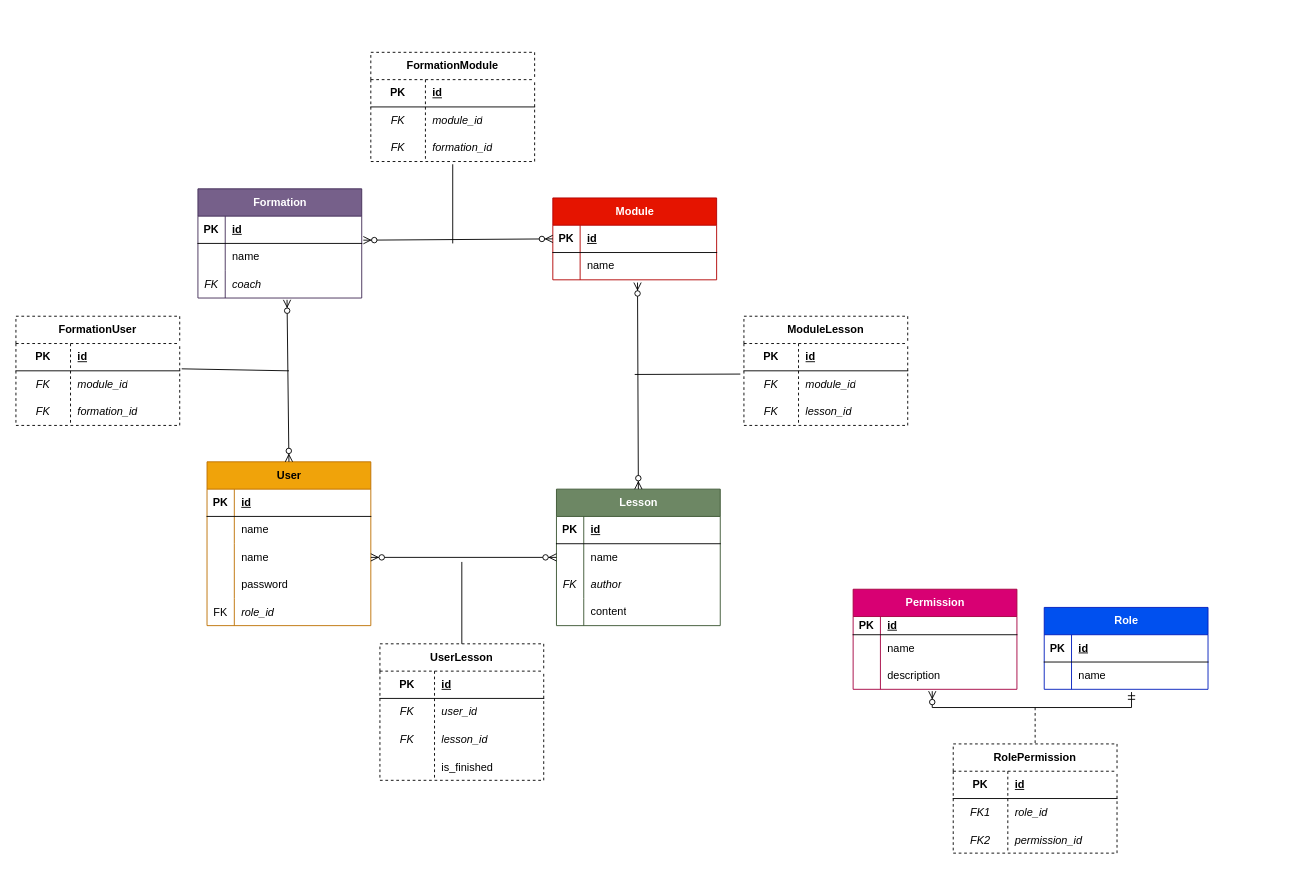
Before: docs/mcd/MCD pire2pire.drawio in vincent-clipet/pire2pire_api, a draw.io diagram. Source tidied: cells renumbered, new cells numbered last; positions are measured from the earlier drawing's top-left corner, leaving out a move shared by most shapes. Both pictures are drawn from the tidied source at 91%, with x=0, y=0 at pixel (15, 52).
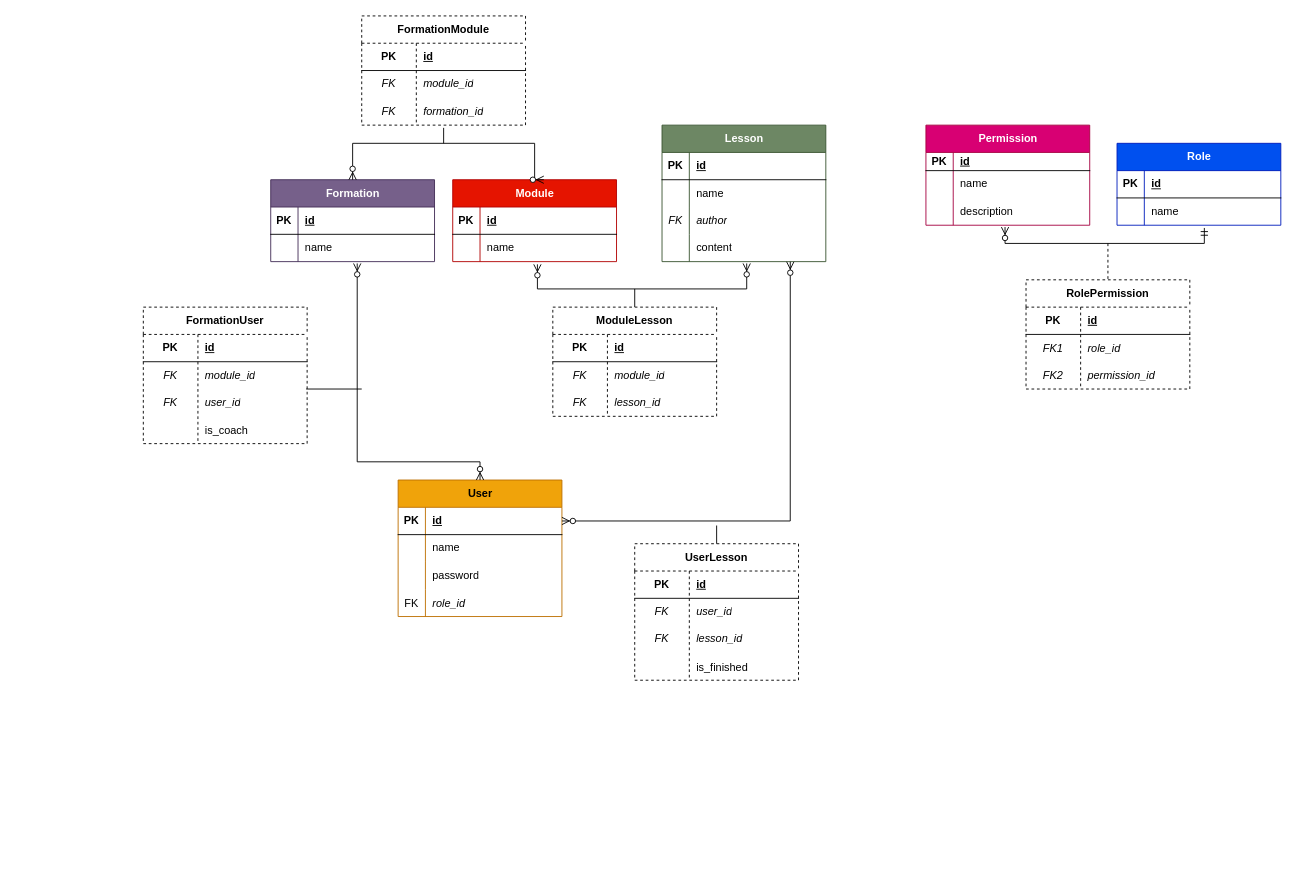
The same diagram, later.

The change refers to these unchanged cells:
```xml
<mxCell id="3" style="shape=tableRow;horizontal=0;startSize=0;swimlaneHead=0;swimlaneBody=0;fillColor=none;points=[[0,0.5],[1,0.5]];portConstraint=eastwest;top=0;left=0;right=0;bottom=1;labelBackgroundColor=none;" parent="2" vertex="1">
  <mxGeometry y="30" width="180" height="30" as="geometry" />
</mxCell>
<mxCell id="6" style="shape=tableRow;horizontal=0;startSize=0;swimlaneHead=0;swimlaneBody=0;fillColor=none;points=[[0,0.5],[1,0.5]];portConstraint=eastwest;top=0;left=0;right=0;bottom=0;labelBackgroundColor=none;" parent="2" vertex="1">
  <mxGeometry y="60" width="180" height="30" as="geometry" />
</mxCell>
<mxCell id="17" style="shape=tableRow;horizontal=0;startSize=0;swimlaneHead=0;swimlaneBody=0;fillColor=none;points=[[0,0.5],[1,0.5]];portConstraint=eastwest;top=0;left=0;right=0;bottom=1;labelBackgroundColor=none;" parent="16" vertex="1">
  <mxGeometry y="30" width="180" height="30" as="geometry" />
</mxCell>
<mxCell id="20" style="shape=tableRow;horizontal=0;startSize=0;swimlaneHead=0;swimlaneBody=0;fillColor=none;points=[[0,0.5],[1,0.5]];portConstraint=eastwest;top=0;left=0;right=0;bottom=0;labelBackgroundColor=none;" parent="16" vertex="1">
  <mxGeometry y="60" width="180" height="30" as="geometry" />
</mxCell>
<mxCell id="27" style="shape=tableRow;horizontal=0;startSize=0;swimlaneHead=0;swimlaneBody=0;fillColor=none;points=[[0,0.5],[1,0.5]];portConstraint=eastwest;top=0;left=0;right=0;bottom=0;labelBackgroundColor=none;" parent="23" vertex="1">
  <mxGeometry y="60" width="180" height="30" as="geometry" />
</mxCell>
<mxCell id="33" style="shape=tableRow;horizontal=0;startSize=0;swimlaneHead=0;swimlaneBody=0;fillColor=none;points=[[0,0.5],[1,0.5]];portConstraint=eastwest;top=0;left=0;right=0;bottom=0;labelBackgroundColor=none;" parent="23" vertex="1">
  <mxGeometry y="120" width="180" height="30" as="geometry" />
</mxCell>
<mxCell id="37" style="shape=tableRow;horizontal=0;startSize=0;swimlaneHead=0;swimlaneBody=0;fillColor=none;points=[[0,0.5],[1,0.5]];portConstraint=eastwest;top=0;left=0;right=0;bottom=1;labelBackgroundColor=none;" parent="36" vertex="1">
  <mxGeometry y="30" width="180" height="30" as="geometry" />
</mxCell>
<mxCell id="59" style="shape=tableRow;horizontal=0;startSize=0;swimlaneHead=0;swimlaneBody=0;fillColor=none;points=[[0,0.5],[1,0.5]];portConstraint=eastwest;top=0;left=0;right=0;bottom=0;html=1;" parent="52" vertex="1">
  <mxGeometry y="90" width="180" height="30" as="geometry" />
</mxCell>
<mxCell id="70" style="shape=tableRow;horizontal=0;startSize=0;swimlaneHead=0;swimlaneBody=0;fillColor=none;points=[[0,0.5],[1,0.5]];portConstraint=eastwest;top=0;left=0;right=0;bottom=0;html=1;" parent="66" vertex="1">
  <mxGeometry y="60" width="180" height="30" as="geometry" />
</mxCell>
<mxCell id="80" style="shape=tableRow;horizontal=0;startSize=0;swimlaneHead=0;swimlaneBody=0;fillColor=none;points=[[0,0.5],[1,0.5]];portConstraint=eastwest;top=0;left=0;right=0;bottom=0;html=1;" parent="76" vertex="1">
  <mxGeometry y="60" width="180" height="30" as="geometry" />
</mxCell>
<mxCell id="83" style="shape=tableRow;horizontal=0;startSize=0;swimlaneHead=0;swimlaneBody=0;fillColor=none;points=[[0,0.5],[1,0.5]];portConstraint=eastwest;top=0;left=0;right=0;bottom=0;html=1;" parent="76" vertex="1">
  <mxGeometry y="90" width="180" height="30" as="geometry" />
</mxCell>
<mxCell id="106" style="shape=tableRow;horizontal=0;startSize=0;swimlaneHead=0;swimlaneBody=0;fillColor=none;points=[[0,0.5],[1,0.5]];portConstraint=eastwest;top=0;left=0;right=0;bottom=0;labelBackgroundColor=none;" parent="102" vertex="1">
  <mxGeometry y="60" width="180" height="30" as="geometry" />
</mxCell>
<mxCell id="116" style="shape=tableRow;horizontal=0;startSize=0;swimlaneHead=0;swimlaneBody=0;fillColor=none;points=[[0,0.5],[1,0.5]];portConstraint=eastwest;top=0;left=0;right=0;bottom=0;labelBackgroundColor=none;" parent="109" vertex="1">
  <mxGeometry y="80" width="180" height="30" as="geometry" />
</mxCell>
```

Change to the diagram source:
```diff
@@
     <mxCell id="2" value="Formation" style="shape=table;startSize=30;childLayout=tableLayout;rowLines=0;fontStyle=1;align=center;html=1;labelBackgroundColor=none;fillColor=#76608a;strokeColor=#432D57;fontColor=#ffffff;" parent="1" vertex="1">
-      <mxGeometry x="200" y="150" width="180" height="120" as="geometry" />
+      <mxGeometry x="280" y="140" width="180" height="90" as="geometry" />
     </mxCell>
@@
-    <mxCell id="9" style="shape=tableRow;horizontal=0;startSize=0;swimlaneHead=0;swimlaneBody=0;fillColor=none;points=[[0,0.5],[1,0.5]];portConstraint=eastwest;top=0;left=0;right=0;bottom=0;labelBackgroundColor=none;" parent="2" vertex="1">
-      <mxGeometry y="90" width="180" height="30" as="geometry" />
-    </mxCell>
-    <mxCell id="10" value="&lt;i&gt;FK&lt;/i&gt;" style="shape=partialRectangle;fillColor=none;top=0;left=0;bottom=0;right=0;overflow=hidden;whiteSpace=wrap;html=1;labelBackgroundColor=none;" parent="9" vertex="1">
-      <mxGeometry width="30" height="30" as="geometry" />
-    </mxCell>
-    <mxCell id="11" value="&lt;i&gt;coach&lt;/i&gt;" style="shape=partialRectangle;fillColor=none;top=0;left=0;bottom=0;right=0;align=left;spacingLeft=6;overflow=hidden;whiteSpace=wrap;html=1;labelBackgroundColor=none;" parent="9" vertex="1">
-      <mxGeometry x="30" width="150" height="30" as="geometry" />
-    </mxCell>
@@
     <mxCell id="16" value="Module" style="shape=table;startSize=30;childLayout=tableLayout;rowLines=0;fontStyle=1;align=center;html=1;labelBackgroundColor=none;fillColor=#e51400;strokeColor=#B20000;fontColor=#ffffff;" parent="1" vertex="1">
-      <mxGeometry x="590" y="160" width="180" height="90" as="geometry" />
+      <mxGeometry x="480" y="140" width="180" height="90" as="geometry" />
     </mxCell>
@@
     <mxCell id="23" value="Lesson" style="shape=table;startSize=30;childLayout=tableLayout;rowLines=0;fontStyle=1;align=center;html=1;labelBackgroundColor=none;fillColor=#6d8764;strokeColor=#3A5431;fontColor=#ffffff;" parent="1" vertex="1">
-      <mxGeometry x="594" y="480" width="180" height="150" as="geometry" />
+      <mxGeometry x="710" y="80" width="180" height="150" as="geometry" />
     </mxCell>
@@
     <mxCell id="36" value="User" style="shape=table;startSize=30;childLayout=tableLayout;rowLines=0;fontStyle=1;align=center;html=1;labelBackgroundColor=none;fillColor=#f0a30a;fontColor=#000000;strokeColor=#BD7000;" parent="1" vertex="1">
-      <mxGeometry x="210" y="450" width="180" height="180" as="geometry" />
+      <mxGeometry x="420" y="470" width="180" height="150" as="geometry" />
     </mxCell>
@@
-    <mxCell id="40" style="shape=tableRow;horizontal=0;startSize=0;swimlaneHead=0;swimlaneBody=0;fillColor=none;top=0;left=0;right=0;bottom=0;labelBackgroundColor=none;" parent="36" vertex="1">
-      <mxGeometry y="60" width="180" height="30" as="geometry" />
-    </mxCell>
-    <mxCell id="41" style="shape=partialRectangle;fillColor=none;top=0;left=0;bottom=0;right=0;overflow=hidden;whiteSpace=wrap;html=1;labelBackgroundColor=none;" parent="40" vertex="1">
-      <mxGeometry width="30" height="30" as="geometry" />
-    </mxCell>
-    <mxCell id="42" value="name" style="shape=partialRectangle;fillColor=none;top=0;left=0;bottom=0;right=0;align=left;spacingLeft=6;overflow=hidden;whiteSpace=wrap;html=1;labelBackgroundColor=none;" parent="40" vertex="1">
-      <mxGeometry x="30" width="150" height="30" as="geometry" />
-    </mxCell>
     <mxCell id="43" style="shape=tableRow;horizontal=0;startSize=0;swimlaneHead=0;swimlaneBody=0;fillColor=none;points=[[0,0.5],[1,0.5]];portConstraint=eastwest;top=0;left=0;right=0;bottom=0;labelBackgroundColor=none;" parent="36" vertex="1">
-      <mxGeometry y="90" width="180" height="30" as="geometry" />
+      <mxGeometry y="60" width="180" height="30" as="geometry" />
     </mxCell>
@@
     <mxCell id="46" style="shape=tableRow;horizontal=0;startSize=0;swimlaneHead=0;swimlaneBody=0;fillColor=none;top=0;left=0;right=0;bottom=0;labelBackgroundColor=none;" parent="36" vertex="1">
-      <mxGeometry y="120" width="180" height="30" as="geometry" />
+      <mxGeometry y="90" width="180" height="30" as="geometry" />
     </mxCell>
@@
     <mxCell id="49" style="shape=tableRow;horizontal=0;startSize=0;swimlaneHead=0;swimlaneBody=0;fillColor=none;top=0;left=0;right=0;bottom=0;labelBackgroundColor=none;" parent="36" vertex="1">
-      <mxGeometry y="150" width="180" height="30" as="geometry" />
+      <mxGeometry y="120" width="180" height="30" as="geometry" />
     </mxCell>
@@
     <mxCell id="52" value="FormationModule" style="shape=table;startSize=30;childLayout=tableLayout;rowLines=0;fontStyle=1;align=center;html=1;whiteSpace=wrap;dashed=1;" parent="1" vertex="1">
-      <mxGeometry x="390" width="180" height="120" as="geometry" />
+      <mxGeometry x="380" y="-40" width="180" height="120" as="geometry" />
     </mxCell>
@@
     <mxCell id="62" style="endArrow=none;html=1;rounded=0;exitX=0.5;exitY=1.1;exitDx=0;exitDy=0;exitPerimeter=0;" parent="1" edge="1" source="59">
       <mxGeometry relative="1" as="geometry">
-        <mxPoint x="480" y="210" as="targetPoint" />
+        <mxPoint x="470" y="100" as="targetPoint" />
       </mxGeometry>
     </mxCell>
-    <mxCell id="63" style="fontSize=12;html=1;endArrow=ERzeroToMany;endFill=1;startArrow=ERzeroToMany;rounded=0;entryX=0;entryY=0.5;entryDx=0;entryDy=0;exitX=1.01;exitY=0.881;exitDx=0;exitDy=0;exitPerimeter=0;" parent="1" edge="1" source="3" target="17">
-      <mxGeometry relative="1" as="geometry" />
+    <mxCell id="63" style="edgeStyle=orthogonalEdgeStyle;fontSize=12;html=1;endArrow=ERzeroToMany;endFill=1;startArrow=ERzeroToMany;rounded=0;entryX=0.556;entryY=0;entryDx=0;entryDy=0;entryPerimeter=0;exitX=0.5;exitY=0;exitDx=0;exitDy=0;" parent="1" edge="1" source="2" target="16">
+      <mxGeometry relative="1" as="geometry">
+        <Array as="points">
+          <mxPoint x="370" y="100" />
+          <mxPoint x="570" y="100" />
+          <mxPoint x="570" y="140" />
+        </Array>
+      </mxGeometry>
     </mxCell>
-    <mxCell id="64" style="fontSize=12;html=1;endArrow=ERzeroToMany;endFill=1;startArrow=ERzeroToMany;rounded=0;entryX=0.5;entryY=0;entryDx=0;entryDy=0;exitX=0.517;exitY=1.1;exitDx=0;exitDy=0;exitPerimeter=0;" parent="1" edge="1" source="20" target="23">
-      <mxGeometry relative="1" as="geometry" />
+    <mxCell id="64" style="edgeStyle=elbowEdgeStyle;fontSize=12;html=1;endArrow=ERzeroToMany;endFill=1;startArrow=ERzeroToMany;rounded=0;entryX=0.517;entryY=1.067;entryDx=0;entryDy=0;entryPerimeter=0;exitX=0.517;exitY=1.1;exitDx=0;exitDy=0;exitPerimeter=0;" parent="1" edge="1" source="20" target="33">
+      <mxGeometry relative="1" as="geometry">
+        <Array as="points">
+          <mxPoint x="690" y="260" />
+        </Array>
+      </mxGeometry>
     </mxCell>
-    <mxCell id="65" style="endArrow=none;html=1;rounded=0;entryX=-0.022;entryY=0.119;entryDx=0;entryDy=0;entryPerimeter=0;" parent="1" edge="1" target="70">
+    <mxCell id="65" style="endArrow=none;html=1;rounded=0;entryX=0.5;entryY=0;entryDx=0;entryDy=0;" parent="1" edge="1" target="66">
       <mxGeometry relative="1" as="geometry">
-        <mxPoint x="680" y="354" as="sourcePoint" />
+        <mxPoint x="680" y="260" as="sourcePoint" />
       </mxGeometry>
     </mxCell>
     <mxCell id="66" value="ModuleLesson" style="shape=table;startSize=30;childLayout=tableLayout;rowLines=0;fontStyle=1;align=center;html=1;whiteSpace=wrap;dashed=1;" parent="1" vertex="1">
-      <mxGeometry x="800" y="290" width="180" height="120" as="geometry" />
+      <mxGeometry x="590" y="280" width="180" height="120" as="geometry" />
     </mxCell>
@@
     <mxCell id="76" value="FormationUser" style="shape=table;startSize=30;childLayout=tableLayout;rowLines=0;fontStyle=1;align=center;html=1;whiteSpace=wrap;dashed=1;" parent="1" vertex="1">
-      <mxGeometry y="290" width="180" height="120" as="geometry" />
+      <mxGeometry x="140" y="280" width="180" height="150" as="geometry" />
     </mxCell>
@@
-    <mxCell id="85" value="&lt;i&gt;formation_id&lt;/i&gt;" style="shape=partialRectangle;fillColor=none;top=0;left=0;bottom=0;right=0;align=left;spacingLeft=6;overflow=hidden;html=1;whiteSpace=wrap;" parent="83" vertex="1">
+    <mxCell id="85" value="&lt;i&gt;user_id&lt;/i&gt;" style="shape=partialRectangle;fillColor=none;top=0;left=0;bottom=0;right=0;align=left;spacingLeft=6;overflow=hidden;html=1;whiteSpace=wrap;" parent="83" vertex="1">
       <mxGeometry x="60" width="120" height="30" as="geometry" />
     </mxCell>
+    <mxCell id="132" style="shape=tableRow;horizontal=0;startSize=0;swimlaneHead=0;swimlaneBody=0;fillColor=none;top=0;left=0;right=0;bottom=0;" parent="76" vertex="1">
+      <mxGeometry y="120" width="180" height="30" as="geometry" />
+    </mxCell>
+    <mxCell id="133" style="shape=partialRectangle;fillColor=none;top=0;left=0;bottom=0;right=0;overflow=hidden;" parent="132" vertex="1">
+      <mxGeometry width="60" height="30" as="geometry" />
+    </mxCell>
+    <mxCell id="134" value="is_coach" style="shape=partialRectangle;fillColor=none;top=0;left=0;bottom=0;right=0;align=left;spacingLeft=6;overflow=hidden;" parent="132" vertex="1">
+      <mxGeometry x="60" width="120" height="30" as="geometry" />
+    </mxCell>
-    <mxCell id="86" style="fontSize=12;html=1;endArrow=ERzeroToMany;endFill=1;startArrow=ERzeroToMany;rounded=0;entryX=0.5;entryY=0;entryDx=0;entryDy=0;exitX=0.544;exitY=1.065;exitDx=0;exitDy=0;exitPerimeter=0;" parent="1" edge="1" source="9" target="36">
-      <mxGeometry relative="1" as="geometry" />
+    <mxCell id="86" style="edgeStyle=elbowEdgeStyle;fontSize=12;html=1;endArrow=ERzeroToMany;endFill=1;startArrow=ERzeroToMany;rounded=0;entryX=0.5;entryY=0;entryDx=0;entryDy=0;exitX=0.528;exitY=1.067;exitDx=0;exitDy=0;exitPerimeter=0;elbow=vertical;" parent="1" edge="1" source="6" target="36">
+      <mxGeometry relative="1" as="geometry">
+        <Array as="points">
+          <mxPoint x="390" y="450" />
+          <mxPoint x="160" y="290" />
+        </Array>
+      </mxGeometry>
     </mxCell>
-    <mxCell id="87" style="endArrow=none;html=1;rounded=0;exitX=1.012;exitY=-0.073;exitDx=0;exitDy=0;exitPerimeter=0;" parent="1" edge="1" source="80">
+    <mxCell id="87" style="endArrow=none;html=1;rounded=0;exitX=0.994;exitY=0;exitDx=0;exitDy=0;exitPerimeter=0;" parent="1" edge="1" source="83">
       <mxGeometry relative="1" as="geometry">
-        <mxPoint x="300" y="350" as="targetPoint" />
+        <mxPoint x="380" y="370" as="targetPoint" />
       </mxGeometry>
     </mxCell>
     <mxCell id="88" value="UserLesson" style="shape=table;startSize=30;childLayout=tableLayout;rowLines=0;fontStyle=1;align=center;html=1;whiteSpace=wrap;dashed=1;" parent="1" vertex="1">
-      <mxGeometry x="400" y="650" width="180" height="150" as="geometry" />
+      <mxGeometry x="680" y="540" width="180" height="150" as="geometry" />
     </mxCell>
@@
+    <mxCell id="135" style="edgeStyle=orthogonalEdgeStyle;fontSize=12;html=1;endArrow=ERzeroToMany;endFill=1;startArrow=ERzeroToMany;rounded=0;entryX=0.783;entryY=1.006;entryDx=0;entryDy=0;entryPerimeter=0;exitX=1;exitY=0.5;exitDx=0;exitDy=0;" parent="1" edge="1" source="37" target="33">
+      <mxGeometry relative="1" as="geometry" />
+    </mxCell>
     <mxCell id="101" style="endArrow=none;html=1;rounded=0;entryX=0.5;entryY=0;entryDx=0;entryDy=0;" parent="1" edge="1" target="88">
       <mxGeometry relative="1" as="geometry">
-        <mxPoint x="490" y="560" as="sourcePoint" />
+        <mxPoint x="770" y="520" as="sourcePoint" />
       </mxGeometry>
     </mxCell>
     <mxCell id="102" value="Role" style="shape=table;startSize=30;childLayout=tableLayout;rowLines=0;fontStyle=1;align=center;html=1;labelBackgroundColor=none;fillColor=#0050ef;strokeColor=#001DBC;fontColor=#ffffff;" parent="1" vertex="1">
-      <mxGeometry x="1130" y="610" width="180" height="90" as="geometry" />
+      <mxGeometry x="1210" y="100" width="180" height="90" as="geometry" />
     </mxCell>
@@
     <mxCell id="109" value="Permission" style="shape=table;startSize=30;childLayout=tableLayout;rowLines=0;fontStyle=1;align=center;html=1;labelBackgroundColor=none;fillColor=#d80073;strokeColor=#A50040;fontColor=#ffffff;" parent="1" vertex="1">
-      <mxGeometry x="920" y="590" width="180" height="110" as="geometry" />
+      <mxGeometry x="1000" y="80" width="180" height="110" as="geometry" />
     </mxCell>
@@
     <mxCell id="119" style="edgeStyle=elbowEdgeStyle;fontSize=12;html=1;endArrow=ERzeroToMany;startArrow=ERmandOne;rounded=0;exitX=0.533;exitY=1.1;exitDx=0;exitDy=0;exitPerimeter=0;entryX=0.483;entryY=1.067;entryDx=0;entryDy=0;entryPerimeter=0;elbow=vertical;labelBackgroundColor=none;fontColor=default;" parent="1" edge="1" source="106" target="116">
       <mxGeometry relative="1" as="geometry">
         <Array as="points">
-          <mxPoint x="1120" y="720" />
+          <mxPoint x="1200" y="210" />
         </Array>
       </mxGeometry>
     </mxCell>
     <mxCell id="120" value="RolePermission" style="shape=table;startSize=30;childLayout=tableLayout;rowLines=0;fontStyle=1;align=center;html=1;whiteSpace=wrap;dashed=1;labelBackgroundColor=none;" parent="1" vertex="1">
-      <mxGeometry x="1030" y="760" width="180" height="120" as="geometry" />
+      <mxGeometry x="1110" y="250" width="180" height="120" as="geometry" />
     </mxCell>
@@
     <mxCell id="130" style="endArrow=none;html=1;entryX=0.5;entryY=0;entryDx=0;entryDy=0;rounded=0;dashed=1;" parent="1" edge="1" target="120">
       <mxGeometry relative="1" as="geometry">
-        <mxPoint x="1120" y="720" as="sourcePoint" />
+        <mxPoint x="1200" y="210" as="sourcePoint" />
       </mxGeometry>
     </mxCell>
-    <mxCell id="131" style="fontSize=12;html=1;endArrow=ERzeroToMany;endFill=1;startArrow=ERzeroToMany;rounded=0;entryX=0;entryY=0.5;entryDx=0;entryDy=0;exitX=1;exitY=0.5;exitDx=0;exitDy=0;" parent="1" edge="1" source="43" target="27">
-      <mxGeometry relative="1" as="geometry" />
-    </mxCell>
```
